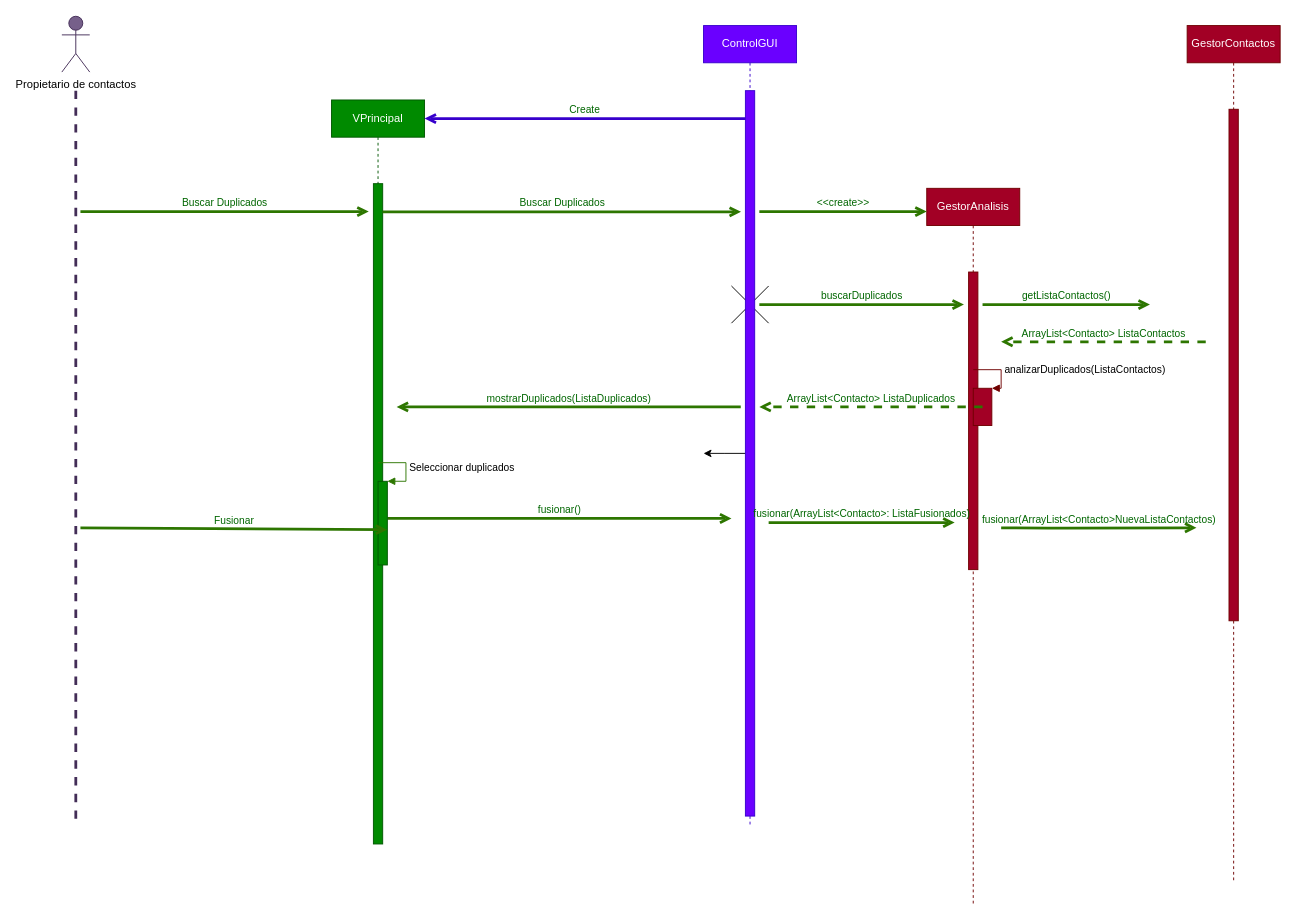
Earlier version of the draw.io diagram diagramas/diagramas de secuencia/secuenciaC2_BuscarDuplicados.drawio (JuanCarlosGarciaZepeda/SmartScheduler). Source tidied: cells renumbered, new cells numbered last; positions are measured from the earlier drawing's top-left corner, leaving out a move shared by most shapes. Both pictures are drawn from the tidied source at 93%, with x=0, y=0 at pixel (61, 16).
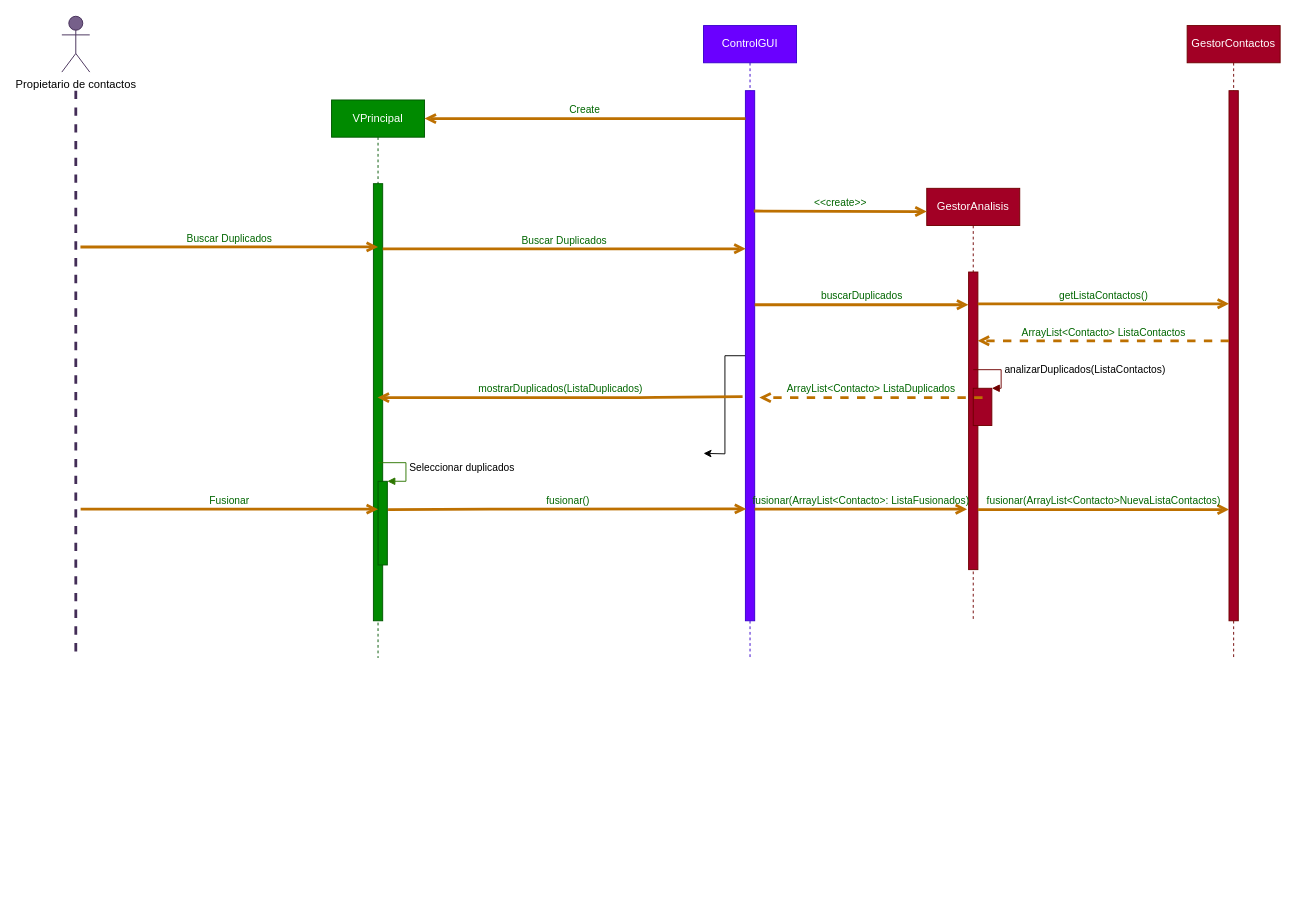
After the change.

The change refers to these unchanged cells:
```xml
<mxCell id="16" style="html=1;points=[];perimeter=orthogonalPerimeter;fillColor=#a20025;strokeColor=#6F0000;fontColor=#ffffff;" parent="15" vertex="1">
  <mxGeometry x="45" y="90" width="10" height="320" as="geometry" />
</mxCell>
```

Change to the diagram source:
```diff
@@
     <mxCell id="3" style="endArrow=none;startArrow=none;endFill=0;startFill=0;endSize=8;html=1;verticalAlign=bottom;labelBackgroundColor=none;strokeWidth=3;fillColor=#76608a;strokeColor=#432D57;dashed=1;" parent="1" edge="1">
       <mxGeometry relative="1" as="geometry">
         <mxPoint x="15" y="80" as="sourcePoint" />
-        <mxPoint x="15" y="870" as="targetPoint" />
+        <mxPoint x="15" y="690" as="targetPoint" />
       </mxGeometry>
     </mxCell>
     <mxCell id="4" value="VPrincipal" style="shape=umlLifeline;perimeter=lifelinePerimeter;whiteSpace=wrap;html=1;outlineConnect=0;fillColor=#008a00;strokeColor=#005700;fontColor=#ffffff;" parent="1" vertex="1">
-      <mxGeometry x="290" y="90" width="100" height="800" as="geometry" />
+      <mxGeometry x="290" y="90" width="100" height="600" as="geometry" />
     </mxCell>
     <mxCell id="5" style="html=1;points=[];perimeter=orthogonalPerimeter;fillColor=#008a00;strokeColor=#005700;fontColor=#ffffff;" parent="4" vertex="1">
-      <mxGeometry x="45" y="90" width="10" height="710" as="geometry" />
+      <mxGeometry x="45" y="90" width="10" height="470" as="geometry" />
     </mxCell>
     <mxCell id="6" value="ControlGUI" style="shape=umlLifeline;perimeter=lifelinePerimeter;whiteSpace=wrap;html=1;strokeColor=#3700CC;fillColor=#6a00ff;fontColor=#ffffff;" parent="1" vertex="1">
-      <mxGeometry x="690" y="10" width="100" height="860" as="geometry" />
+      <mxGeometry x="690" y="10" width="100" height="680" as="geometry" />
     </mxCell>
-    <mxCell id="7" style="shape=umlDestroy;dashed=0;" parent="6" vertex="1">
-      <mxGeometry x="30" y="280" width="40" height="40" as="geometry" />
-    </mxCell>
@@
     <mxCell id="9" style="html=1;points=[];perimeter=orthogonalPerimeter;fillColor=#6a00ff;strokeColor=#3700CC;fontColor=#ffffff;" parent="6" vertex="1">
-      <mxGeometry x="45" y="70" width="10" height="780" as="geometry" />
+      <mxGeometry x="45" y="70" width="10" height="570" as="geometry" />
     </mxCell>
     <mxCell id="10" value="GestorContactos" style="shape=umlLifeline;perimeter=lifelinePerimeter;whiteSpace=wrap;html=1;fillColor=#a20025;strokeColor=#6F0000;fontColor=#ffffff;" parent="1" vertex="1">
-      <mxGeometry x="1210" y="10" width="100" height="920" as="geometry" />
+      <mxGeometry x="1210" y="10" width="100" height="680" as="geometry" />
     </mxCell>
     <mxCell id="11" style="html=1;points=[];perimeter=orthogonalPerimeter;fillColor=#a20025;strokeColor=#6F0000;fontColor=#ffffff;" parent="10" vertex="1">
-      <mxGeometry x="45" y="90" width="10" height="550" as="geometry" />
+      <mxGeometry x="45" y="70" width="10" height="570" as="geometry" />
     </mxCell>
-    <mxCell id="12" value="Buscar Duplicados" style="html=1;verticalAlign=bottom;labelBackgroundColor=none;endArrow=open;endFill=0;fontColor=#006600;strokeWidth=3;fillColor=#60a917;strokeColor=#2D7600;" parent="1" edge="1">
-      <mxGeometry relative="1" as="geometry">
-        <mxPoint x="20" y="210.1" as="sourcePoint" />
-        <mxPoint x="330" y="210" as="targetPoint" />
-      </mxGeometry>
-    </mxCell>
-    <mxCell id="13" value="Buscar Duplicados" style="html=1;verticalAlign=bottom;labelBackgroundColor=none;endArrow=open;endFill=0;fontColor=#006600;strokeWidth=3;fillColor=#60a917;strokeColor=#2D7600;entryX=-0.471;entryY=0.167;entryDx=0;entryDy=0;entryPerimeter=0;" parent="1" edge="1" source="5" target="9">
-      <mxGeometry relative="1" as="geometry" />
-    </mxCell>
-    <mxCell id="14" value="Create" style="html=1;verticalAlign=bottom;labelBackgroundColor=none;endArrow=open;endFill=0;fontColor=#006600;strokeWidth=3;fillColor=#6a00ff;strokeColor=#3700CC;" parent="1" edge="1" source="9">
-      <mxGeometry relative="1" as="geometry">
-        <mxPoint x="390" y="110" as="targetPoint" />
-      </mxGeometry>
-    </mxCell>
     <mxCell id="15" value="GestorAnalisis" style="shape=umlLifeline;perimeter=lifelinePerimeter;whiteSpace=wrap;html=1;fillColor=#a20025;strokeColor=#6F0000;fontColor=#ffffff;" parent="1" vertex="1">
-      <mxGeometry x="930" y="185" width="100" height="770" as="geometry" />
+      <mxGeometry x="930" y="185" width="100" height="465" as="geometry" />
     </mxCell>
@@
-    <mxCell id="17" value="&amp;lt;&amp;lt;create&amp;gt;&amp;gt;" style="html=1;verticalAlign=bottom;labelBackgroundColor=none;endArrow=open;endFill=0;fontColor=#006600;strokeWidth=3;fillColor=#60a917;strokeColor=#2D7600;" parent="1" edge="1">
-      <mxGeometry relative="1" as="geometry">
-        <mxPoint x="750" y="210" as="sourcePoint" />
-        <mxPoint x="930" y="210" as="targetPoint" />
-      </mxGeometry>
-    </mxCell>
-    <mxCell id="18" value="getListaContactos()" style="html=1;verticalAlign=bottom;labelBackgroundColor=none;endArrow=open;endFill=0;fontColor=#006600;strokeWidth=3;fillColor=#60a917;strokeColor=#2D7600;" parent="1" edge="1">
-      <mxGeometry relative="1" as="geometry">
-        <mxPoint x="990" y="310" as="sourcePoint" />
-        <mxPoint x="1170" y="310" as="targetPoint" />
-      </mxGeometry>
+    <mxCell id="18" value="getListaContactos()" style="html=1;verticalAlign=bottom;labelBackgroundColor=none;endArrow=open;endFill=0;fontColor=#006600;strokeWidth=3;fillColor=#f0a30a;strokeColor=#BD7000;entryX=0.006;entryY=0.402;entryDx=0;entryDy=0;entryPerimeter=0;" parent="1" edge="1" source="16" target="11">
+      <mxGeometry relative="1" as="geometry" />
     </mxCell>
-    <mxCell id="19" value="ArrayList&amp;lt;Contacto&amp;gt; ListaContactos" style="html=1;verticalAlign=bottom;labelBackgroundColor=none;endArrow=open;endFill=0;fontColor=#006600;strokeWidth=3;fillColor=#60a917;strokeColor=#2D7600;dashed=1;" parent="1" edge="1">
-      <mxGeometry relative="1" as="geometry">
-        <mxPoint x="1230" y="350" as="sourcePoint" />
-        <mxPoint x="1010" y="350" as="targetPoint" />
-      </mxGeometry>
-    </mxCell>
-    <mxCell id="20" value="buscarDuplicados" style="html=1;verticalAlign=bottom;labelBackgroundColor=none;endArrow=open;endFill=0;fontColor=#006600;strokeWidth=3;fillColor=#60a917;strokeColor=#2D7600;" parent="1" edge="1">
-      <mxGeometry relative="1" as="geometry">
-        <mxPoint x="750" y="310" as="sourcePoint" />
-        <mxPoint x="970" y="310" as="targetPoint" />
-      </mxGeometry>
-    </mxCell>
@@
-    <mxCell id="23" value="ArrayList&amp;lt;Contacto&amp;gt; ListaDuplicados" style="html=1;verticalAlign=bottom;labelBackgroundColor=none;endArrow=open;endFill=0;fontColor=#006600;strokeWidth=3;fillColor=#60a917;strokeColor=#2D7600;dashed=1;" parent="1" edge="1">
-      <mxGeometry relative="1" as="geometry">
-        <mxPoint x="990" y="420" as="sourcePoint" />
-        <mxPoint x="750" y="420" as="targetPoint" />
-      </mxGeometry>
-    </mxCell>
+    <mxCell id="26" style="html=1;points=[];perimeter=orthogonalPerimeter;fillColor=#008a00;strokeColor=#005700;shadow=0;fontColor=#ffffff;labelBackgroundColor=#ffffff;" parent="1" vertex="1">
+      <mxGeometry x="340" y="500" width="10" height="90" as="geometry" />
+    </mxCell>
+    <mxCell id="27" value="Seleccionar duplicados" style="edgeStyle=orthogonalEdgeStyle;html=1;align=left;spacingLeft=2;endArrow=block;rounded=0;entryX=1;entryY=0;fillColor=#60a917;strokeColor=#2D7600;shadow=0;fontColor=#000000;labelBackgroundColor=#ffffff;" parent="1" edge="1" target="26">
+      <mxGeometry relative="1" as="geometry">
+        <mxPoint x="340" y="480" as="sourcePoint" />
+        <Array as="points">
+          <mxPoint x="370" y="480" />
+        </Array>
+      </mxGeometry>
+    </mxCell>
+    <mxCell id="14" value="Create" style="html=1;verticalAlign=bottom;labelBackgroundColor=none;endArrow=open;endFill=0;fontColor=#006600;strokeWidth=3;fillColor=#f0a30a;strokeColor=#BD7000;" parent="1" edge="1">
+      <mxGeometry relative="1" as="geometry">
+        <mxPoint x="735" y="110" as="sourcePoint" />
+        <mxPoint x="390" y="110" as="targetPoint" />
+      </mxGeometry>
+    </mxCell>
+    <mxCell id="31" value="Buscar Duplicados" style="html=1;verticalAlign=bottom;labelBackgroundColor=none;endArrow=open;endFill=0;fontColor=#006600;strokeWidth=3;fillColor=#f0a30a;strokeColor=#BD7000;entryX=-0.471;entryY=0.167;entryDx=0;entryDy=0;entryPerimeter=0;" parent="1" edge="1" source="5">
+      <mxGeometry relative="1" as="geometry">
+        <mxPoint x="735.3" y="250" as="targetPoint" />
+      </mxGeometry>
+    </mxCell>
+    <mxCell id="32" value="Buscar Duplicados" style="html=1;verticalAlign=bottom;labelBackgroundColor=none;endArrow=open;endFill=0;fontColor=#006600;strokeWidth=3;fillColor=#f0a30a;strokeColor=#BD7000;" parent="1" edge="1">
+      <mxGeometry relative="1" as="geometry">
+        <mxPoint x="20" y="248.1" as="sourcePoint" />
+        <mxPoint x="340" y="248" as="targetPoint" />
+      </mxGeometry>
+    </mxCell>
+    <mxCell id="28" value="Fusionar" style="html=1;verticalAlign=bottom;labelBackgroundColor=none;endArrow=open;endFill=0;fontColor=#006600;strokeWidth=3;fillColor=#f0a30a;strokeColor=#BD7000;" parent="1" edge="1" target="26">
+      <mxGeometry relative="1" as="geometry">
+        <mxPoint x="20.2" y="530" as="sourcePoint" />
+      </mxGeometry>
+    </mxCell>
-    <mxCell id="24" value="mostrarDuplicados(ListaDuplicados)" style="html=1;verticalAlign=bottom;labelBackgroundColor=none;endArrow=open;endFill=0;fontColor=#006600;strokeWidth=3;fillColor=#60a917;strokeColor=#2D7600;" parent="1" edge="1">
+    <mxCell id="24" value="mostrarDuplicados(ListaDuplicados)" style="html=1;verticalAlign=bottom;labelBackgroundColor=none;endArrow=open;endFill=0;fontColor=#006600;strokeWidth=3;fillColor=#f0a30a;strokeColor=#BD7000;exitX=-0.3;exitY=0.577;exitDx=0;exitDy=0;exitPerimeter=0;" parent="1" edge="1" source="9" target="4">
       <mxGeometry relative="1" as="geometry">
-        <mxPoint x="730" y="420" as="sourcePoint" />
-        <mxPoint x="360" y="420" as="targetPoint" />
+        <Array as="points">
+          <mxPoint x="630" y="410" />
+        </Array>
       </mxGeometry>
     </mxCell>
-    <mxCell id="25" value="fusionar()" style="html=1;verticalAlign=bottom;labelBackgroundColor=none;endArrow=open;endFill=0;fontColor=#006600;strokeWidth=3;fillColor=#60a917;strokeColor=#2D7600;" parent="1" edge="1">
+    <mxCell id="25" value="fusionar()" style="html=1;verticalAlign=bottom;labelBackgroundColor=none;endArrow=open;endFill=0;fontColor=#006600;strokeWidth=3;fillColor=#f0a30a;strokeColor=#BD7000;exitX=1.079;exitY=0.339;exitDx=0;exitDy=0;exitPerimeter=0;entryX=0.091;entryY=0.789;entryDx=0;entryDy=0;entryPerimeter=0;" parent="1" edge="1" source="26" target="9">
       <mxGeometry relative="1" as="geometry">
-        <mxPoint x="350" y="540" as="sourcePoint" />
-        <mxPoint x="720" y="540" as="targetPoint" />
         <Array as="points">
-          <mxPoint x="460" y="540" />
+          <mxPoint x="470" y="530" />
         </Array>
       </mxGeometry>
     </mxCell>
-    <mxCell id="26" style="html=1;points=[];perimeter=orthogonalPerimeter;fillColor=#008a00;strokeColor=#005700;shadow=0;fontColor=#ffffff;labelBackgroundColor=#ffffff;" parent="1" vertex="1">
-      <mxGeometry x="340" y="500" width="10" height="90" as="geometry" />
-    </mxCell>
-    <mxCell id="27" value="Seleccionar duplicados" style="edgeStyle=orthogonalEdgeStyle;html=1;align=left;spacingLeft=2;endArrow=block;rounded=0;entryX=1;entryY=0;fillColor=#60a917;strokeColor=#2D7600;shadow=0;fontColor=#000000;labelBackgroundColor=#ffffff;" parent="1" edge="1" target="26">
-      <mxGeometry relative="1" as="geometry">
-        <mxPoint x="340" y="480" as="sourcePoint" />
-        <Array as="points">
-          <mxPoint x="370" y="480" />
-        </Array>
-      </mxGeometry>
-    </mxCell>
-    <mxCell id="28" value="Fusionar" style="html=1;verticalAlign=bottom;labelBackgroundColor=none;endArrow=open;endFill=0;fontColor=#006600;strokeWidth=3;fillColor=#60a917;strokeColor=#2D7600;entryX=0.983;entryY=0.578;entryDx=0;entryDy=0;entryPerimeter=0;" parent="1" edge="1" target="26">
-      <mxGeometry relative="1" as="geometry">
-        <mxPoint x="20" y="550.1" as="sourcePoint" />
-      </mxGeometry>
-    </mxCell>
+    <mxCell id="20" value="buscarDuplicados" style="html=1;verticalAlign=bottom;labelBackgroundColor=none;endArrow=open;endFill=0;fontColor=#006600;strokeWidth=3;fillColor=#f0a30a;strokeColor=#BD7000;entryX=-0.022;entryY=0.11;entryDx=0;entryDy=0;entryPerimeter=0;" parent="1" edge="1" source="9" target="16">
+      <mxGeometry relative="1" as="geometry" />
+    </mxCell>
+    <mxCell id="17" value="&amp;lt;&amp;lt;create&amp;gt;&amp;gt;" style="html=1;verticalAlign=bottom;labelBackgroundColor=none;endArrow=open;endFill=0;fontColor=#006600;strokeWidth=3;fillColor=#f0a30a;strokeColor=#BD7000;exitX=0.9;exitY=0.227;exitDx=0;exitDy=0;exitPerimeter=0;" parent="1" edge="1" source="9">
+      <mxGeometry relative="1" as="geometry">
+        <mxPoint x="930" y="210" as="targetPoint" />
+      </mxGeometry>
+    </mxCell>
+    <mxCell id="23" value="ArrayList&amp;lt;Contacto&amp;gt; ListaDuplicados" style="html=1;verticalAlign=bottom;labelBackgroundColor=none;endArrow=open;endFill=0;fontColor=#006600;strokeWidth=3;fillColor=#f0a30a;strokeColor=#BD7000;dashed=1;" parent="1" edge="1">
+      <mxGeometry relative="1" as="geometry">
+        <mxPoint x="990" y="410" as="sourcePoint" />
+        <mxPoint x="750" y="410" as="targetPoint" />
+      </mxGeometry>
+    </mxCell>
-    <mxCell id="29" value="fusionar(ArrayList&amp;lt;Contacto&amp;gt;: ListaFusionados)" style="html=1;verticalAlign=bottom;labelBackgroundColor=none;endArrow=open;endFill=0;fontColor=#006600;strokeWidth=3;fillColor=#60a917;strokeColor=#2D7600;" parent="1" edge="1">
+    <mxCell id="29" value="fusionar(ArrayList&amp;lt;Contacto&amp;gt;: ListaFusionados)" style="html=1;verticalAlign=bottom;labelBackgroundColor=none;endArrow=open;endFill=0;fontColor=#006600;strokeWidth=3;fillColor=#f0a30a;strokeColor=#BD7000;entryX=-0.161;entryY=0.797;entryDx=0;entryDy=0;entryPerimeter=0;" parent="1" edge="1" source="9" target="16">
       <mxGeometry relative="1" as="geometry">
-        <mxPoint x="760" y="544.4" as="sourcePoint" />
-        <mxPoint x="960" y="544.4" as="targetPoint" />
         <Array as="points">
-          <mxPoint x="805" y="544.4" />
+          <mxPoint x="795" y="530" />
         </Array>
       </mxGeometry>
     </mxCell>
-    <mxCell id="30" value="fusionar(ArrayList&amp;lt;Contacto&amp;gt;NuevaListaContactos)" style="html=1;verticalAlign=bottom;labelBackgroundColor=none;endArrow=open;endFill=0;fontColor=#006600;strokeWidth=3;fillColor=#60a917;strokeColor=#2D7600;" parent="1" edge="1">
+    <mxCell id="30" value="fusionar(ArrayList&amp;lt;Contacto&amp;gt;NuevaListaContactos)" style="html=1;verticalAlign=bottom;labelBackgroundColor=none;endArrow=open;endFill=0;fontColor=#006600;strokeWidth=3;fillColor=#f0a30a;strokeColor=#BD7000;" parent="1" edge="1" source="16" target="11">
       <mxGeometry relative="1" as="geometry">
-        <mxPoint x="1010" y="550" as="sourcePoint" />
-        <mxPoint x="1220" y="550" as="targetPoint" />
         <Array as="points">
-          <mxPoint x="1070" y="550.4" />
+          <mxPoint x="1060" y="530.4" />
         </Array>
       </mxGeometry>
     </mxCell>
+    <mxCell id="19" value="ArrayList&amp;lt;Contacto&amp;gt; ListaContactos" style="html=1;verticalAlign=bottom;labelBackgroundColor=none;endArrow=open;endFill=0;fontColor=#006600;strokeWidth=3;fillColor=#f0a30a;strokeColor=#BD7000;dashed=1;entryX=0.98;entryY=0.231;entryDx=0;entryDy=0;entryPerimeter=0;" parent="1" edge="1" source="11" target="16">
+      <mxGeometry relative="1" as="geometry" />
+    </mxCell>
```
